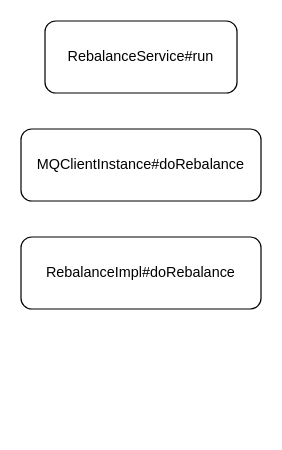
Earlier version of the draw.io diagram rocketmq/消息重平衡流程.drawio (erlieStar/diagrams). Source tidied: cells renumbered, new cells numbered last; positions are measured from the earlier drawing's top-left corner, leaving out a move shared by most shapes. Both pictures are drawn from the tidied source at 120%, with x=0, y=0 at pixel (20, 20).
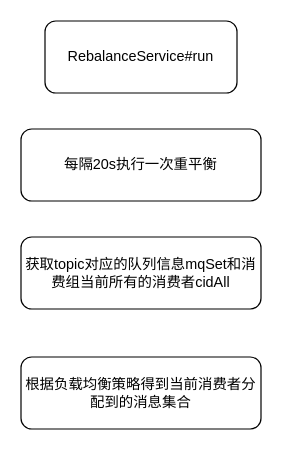
Above is the later version.

Commit message (it also covers changes not shown here):
Update 消息重平衡流程.drawio

What changed in the source:
```diff
@@
 <mxGraphModel>
   <root>
     <mxCell id="0" />
     <mxCell id="1" parent="0" />
     <mxCell id="2" value="RebalanceService#run" style="rounded=1;whiteSpace=wrap;html=1;" parent="1" vertex="1">
       <mxGeometry x="20" width="160" height="60" as="geometry" />
     </mxCell>
-    <mxCell id="3" value="MQClientInstance#doRebalance" style="rounded=1;whiteSpace=wrap;html=1;" parent="1" vertex="1">
+    <mxCell id="3" value="每隔20s执行一次重平衡" style="rounded=1;whiteSpace=wrap;html=1;" parent="1" vertex="1">
       <mxGeometry y="90" width="200" height="60" as="geometry" />
     </mxCell>
-    <mxCell id="4" value="RebalanceImpl#doRebalance" style="rounded=1;whiteSpace=wrap;html=1;" parent="1" vertex="1">
+    <mxCell id="4" value="获取topic对应的队列信息mqSet和消费组当前所有的消费者cidAll" style="rounded=1;whiteSpace=wrap;html=1;" parent="1" vertex="1">
       <mxGeometry y="180" width="200" height="60" as="geometry" />
     </mxCell>
+    <mxCell id="5" value="根据负载均衡策略得到当前消费者分配到的消息集合" style="rounded=1;whiteSpace=wrap;html=1;" parent="1" vertex="1">
+      <mxGeometry y="280" width="200" height="60" as="geometry" />
+    </mxCell>
   </root>
 </mxGraphModel>
```
